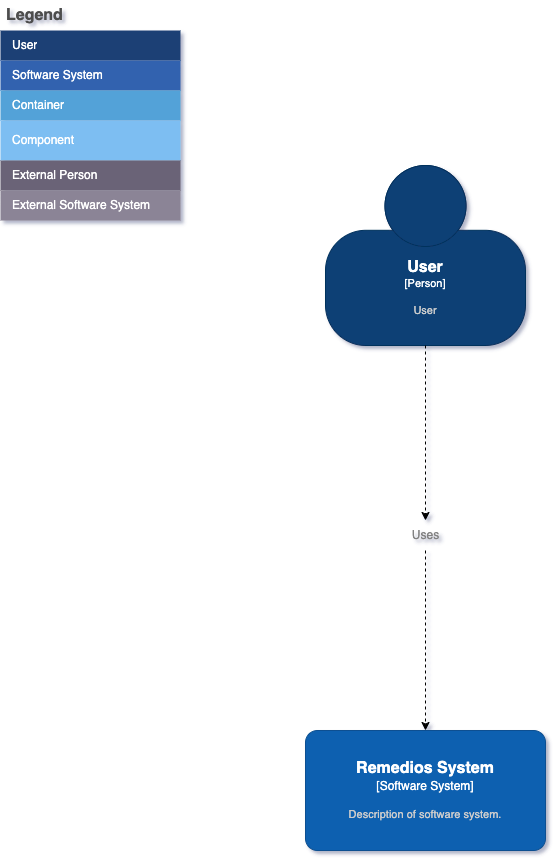
Before: docs/Arquitetura/assets/level-1.png, a diagram exported from draw.io (sprintcampus/processos). Source tidied: cells renumbered, new cells last; positions are measured from the earlier drawing's top-left corner, leaving out a move shared by most shapes. Its diagram source:
```xml
<mxGraphModel>
  <root>
    <mxCell id="0" />
    <mxCell id="1" parent="0" />
    <mxCell id="2" style="edgeStyle=orthogonalEdgeStyle;rounded=0;jettySize=auto;html=1;exitX=0.5;exitY=1;exitDx=0;exitDy=0;exitPerimeter=0;entryX=0.5;entryY=0;entryDx=0;entryDy=0;entryPerimeter=0;dashed=1;" parent="1" edge="1" source="19" target="17">
      <mxGeometry relative="1" as="geometry" />
    </mxCell>
    <mxCell id="3" value="Legend" style="shape=table;startSize=30;fontSize=16;align=left;verticalAlign=top;fillColor=none;strokeColor=none;fontColor=#4D4D4D;fontStyle=1;spacingLeft=6;spacing=0;" parent="1" vertex="1">
      <mxGeometry width="180" height="220" as="geometry" />
    </mxCell>
    <mxCell id="4" style="shape=tableRow;horizontal=0;startSize=0;swimlaneHead=0;swimlaneBody=0;strokeColor=inherit;top=0;left=0;bottom=0;right=0;fillColor=none;fontSize=12;" parent="3" vertex="1">
      <mxGeometry y="30" width="180" height="30" as="geometry" />
    </mxCell>
    <mxCell id="5" value="User" style="shape=partialRectangle;html=1;whiteSpace=wrap;strokeColor=inherit;overflow=hidden;fillColor=#1E4074;top=0;left=0;bottom=0;right=0;fontSize=12;align=left;fontColor=#FFFFFF;gradientColor=none;spacingLeft=10;spacingRight=4;" parent="4" vertex="1">
      <mxGeometry width="180" height="30" as="geometry" />
    </mxCell>
    <mxCell id="6" style="shape=tableRow;horizontal=0;startSize=0;swimlaneHead=0;swimlaneBody=0;strokeColor=inherit;top=0;left=0;bottom=0;right=0;fillColor=none;fontSize=12;" parent="3" vertex="1">
      <mxGeometry y="60" width="180" height="30" as="geometry" />
    </mxCell>
    <mxCell id="7" value="Software System" style="shape=partialRectangle;html=1;whiteSpace=wrap;strokeColor=inherit;overflow=hidden;fillColor=#3162AF;top=0;left=0;bottom=0;right=0;fontSize=12;align=left;fontColor=#FFFFFF;gradientColor=none;spacingLeft=10;spacingRight=4;" parent="6" vertex="1">
      <mxGeometry width="180" height="30" as="geometry" />
    </mxCell>
    <mxCell id="8" style="shape=tableRow;horizontal=0;startSize=0;swimlaneHead=0;swimlaneBody=0;strokeColor=inherit;top=0;left=0;bottom=0;right=0;fillColor=none;fontSize=12;" parent="3" vertex="1">
      <mxGeometry y="90" width="180" height="30" as="geometry" />
    </mxCell>
    <mxCell id="9" value="Container" style="shape=partialRectangle;html=1;whiteSpace=wrap;strokeColor=inherit;overflow=hidden;fillColor=#52a2d8;top=0;left=0;bottom=0;right=0;fontSize=12;align=left;fontColor=#FFFFFF;gradientColor=none;spacingLeft=10;spacingRight=4;" parent="8" vertex="1">
      <mxGeometry width="180" height="30" as="geometry" />
    </mxCell>
    <mxCell id="10" style="shape=tableRow;horizontal=0;startSize=0;swimlaneHead=0;swimlaneBody=0;strokeColor=inherit;top=0;left=0;bottom=0;right=0;fillColor=none;fontSize=12;" parent="3" vertex="1">
      <mxGeometry y="120" width="180" height="40" as="geometry" />
    </mxCell>
    <mxCell id="11" value="Component" style="shape=partialRectangle;html=1;whiteSpace=wrap;strokeColor=inherit;overflow=hidden;fillColor=#7dbef2;top=0;left=0;bottom=0;right=0;fontSize=12;align=left;fontColor=#FFFFFF;gradientColor=none;spacingLeft=10;spacingRight=4;" parent="10" vertex="1">
      <mxGeometry width="180" height="40" as="geometry" />
    </mxCell>
    <mxCell id="12" style="shape=tableRow;horizontal=0;startSize=0;swimlaneHead=0;swimlaneBody=0;strokeColor=inherit;top=0;left=0;bottom=0;right=0;fillColor=none;fontSize=12;" parent="3" vertex="1">
      <mxGeometry y="160" width="180" height="30" as="geometry" />
    </mxCell>
    <mxCell id="13" value="External Person" style="shape=partialRectangle;html=1;whiteSpace=wrap;strokeColor=inherit;overflow=hidden;fillColor=#6b6477;top=0;left=0;bottom=0;right=0;fontSize=12;align=left;fontColor=#FFFFFF;gradientColor=none;spacingLeft=10;spacingRight=4;" parent="12" vertex="1">
      <mxGeometry width="180" height="30" as="geometry" />
    </mxCell>
    <mxCell id="14" style="shape=tableRow;horizontal=0;startSize=0;swimlaneHead=0;swimlaneBody=0;strokeColor=inherit;top=0;left=0;bottom=0;right=0;fillColor=none;fontSize=12;" parent="3" vertex="1">
      <mxGeometry y="190" width="180" height="30" as="geometry" />
    </mxCell>
    <mxCell id="15" value="External Software System" style="shape=partialRectangle;html=1;whiteSpace=wrap;strokeColor=inherit;overflow=hidden;fillColor=#8b8496;top=0;left=0;bottom=0;right=0;fontSize=12;align=left;fontColor=#FFFFFF;gradientColor=none;spacingLeft=10;spacingRight=4;" parent="14" vertex="1">
      <mxGeometry width="180" height="30" as="geometry" />
    </mxCell>
    <object id="16" label="&lt;font style=&quot;font-size: 16px&quot;&gt;&lt;b&gt;%c4Name%&lt;/b&gt;&lt;/font&gt;&lt;div&gt;[%c4Type%]&lt;/div&gt;&lt;br&gt;&lt;div&gt;&lt;font style=&quot;font-size: 11px&quot;&gt;&lt;font color=&quot;#cccccc&quot;&gt;%c4Description%&lt;/font&gt;&lt;/div&gt;" c4Description="User" c4Name="User" c4Type="Person" placeholders="1">
      <mxCell style="html=1;fontSize=11;dashed=0;whiteSpace=wrap;fillColor=#083F75;strokeColor=#06315C;fontColor=#ffffff;shape=mxgraph.c4.person2;align=center;points=[[0.5,0,0],[1,0.5,0],[1,0.75,0],[0.75,1,0],[0.5,1,0],[0.25,1,0],[0,0.75,0],[0,0.5,0]];" parent="1" vertex="1">
        <mxGeometry x="325" y="165" width="200" height="180" as="geometry" />
      </mxCell>
    </object>
    <object id="17" label="&lt;font style=&quot;font-size: 16px&quot;&gt;&lt;b&gt;%c4Name%&lt;/b&gt;&lt;/font&gt;&lt;div&gt;[%c4Type%]&lt;/div&gt;&lt;br&gt;&lt;div&gt;&lt;font style=&quot;font-size: 11px&quot;&gt;&lt;font color=&quot;#cccccc&quot;&gt;%c4Description%&lt;/font&gt;&lt;/div&gt;" c4Description="Description of software system." c4Name="Remedios System" c4Type="Software System" placeholders="1">
      <mxCell style="rounded=1;whiteSpace=wrap;html=1;labelBackgroundColor=none;fillColor=#1061B0;fontColor=#ffffff;align=center;arcSize=10;strokeColor=#0D5091;points=[[0.25,0,0],[0.5,0,0],[0.75,0,0],[1,0.25,0],[1,0.5,0],[1,0.75,0],[0.75,1,0],[0.5,1,0],[0.25,1,0],[0,0.75,0],[0,0.5,0],[0,0.25,0]];" parent="1" vertex="1">
        <mxGeometry x="305" y="730" width="240" height="120" as="geometry" />
      </mxCell>
    </object>
    <mxCell id="18" style="edgeStyle=orthogonalEdgeStyle;rounded=0;jettySize=auto;html=1;exitX=0.5;exitY=1;exitDx=0;exitDy=0;exitPerimeter=0;entryX=0.5;entryY=0;entryDx=0;entryDy=0;entryPerimeter=0;dashed=1;" parent="1" edge="1" source="16" target="19">
      <mxGeometry relative="1" as="geometry" />
    </mxCell>
    <mxCell id="19" value="Uses" style="text;html=1;align=center;verticalAlign=middle;points=[];strokeColor=none;fillColor=none;fontColor=#828282;" parent="1" vertex="1">
      <mxGeometry x="400" y="520" width="50" height="30" as="geometry" />
    </mxCell>
  </root>
</mxGraphModel>
```
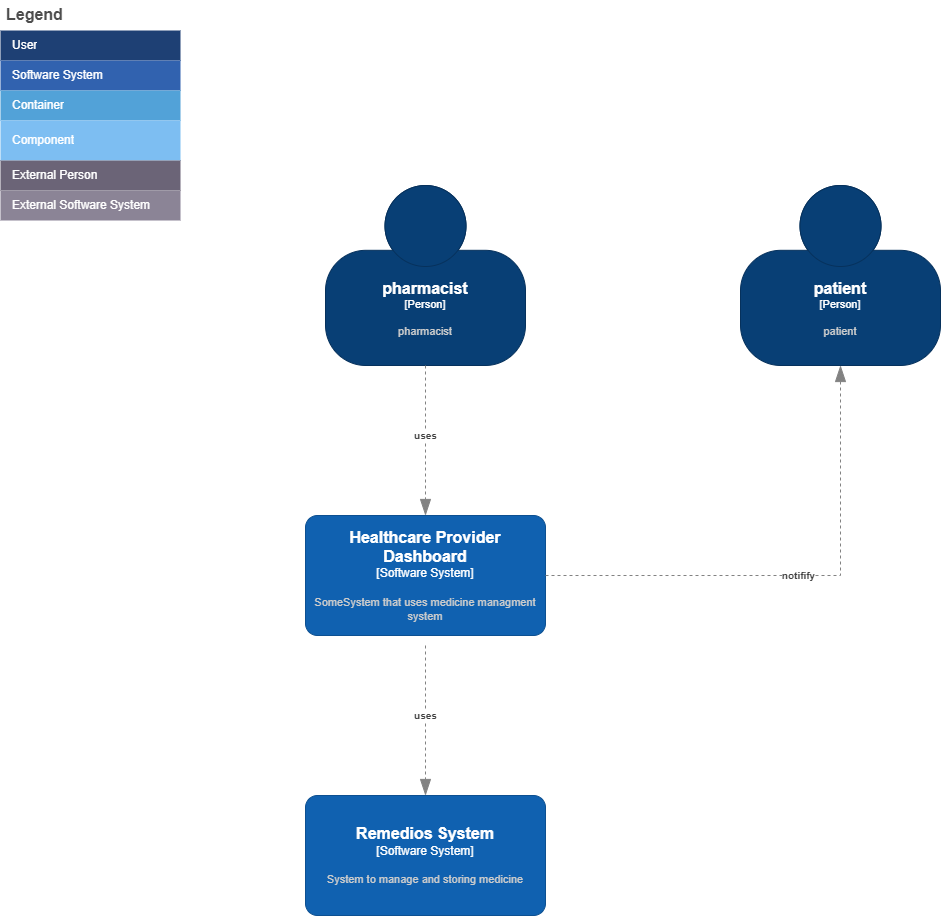
Later version of the same file.

Change to the diagram source:
```diff
@@ -2,11 +2,8 @@
   <root>
     <mxCell id="0" />
     <mxCell id="1" parent="0" />
-    <mxCell id="2" style="edgeStyle=orthogonalEdgeStyle;rounded=0;jettySize=auto;html=1;exitX=0.5;exitY=1;exitDx=0;exitDy=0;exitPerimeter=0;entryX=0.5;entryY=0;entryDx=0;entryDy=0;entryPerimeter=0;dashed=1;" parent="1" edge="1" source="19" target="17">
-      <mxGeometry relative="1" as="geometry" />
-    </mxCell>
     <mxCell id="3" value="Legend" style="shape=table;startSize=30;fontSize=16;align=left;verticalAlign=top;fillColor=none;strokeColor=none;fontColor=#4D4D4D;fontStyle=1;spacingLeft=6;spacing=0;" parent="1" vertex="1">
-      <mxGeometry width="180" height="220" as="geometry" />
+      <mxGeometry x="850" width="180" height="220" as="geometry" />
     </mxCell>
     <mxCell id="4" style="shape=tableRow;horizontal=0;startSize=0;swimlaneHead=0;swimlaneBody=0;strokeColor=inherit;top=0;left=0;bottom=0;right=0;fillColor=none;fontSize=12;" parent="3" vertex="1">
       <mxGeometry y="30" width="180" height="30" as="geometry" />
@@ -44,21 +41,43 @@
     <mxCell id="15" value="External Software System" style="shape=partialRectangle;html=1;whiteSpace=wrap;strokeColor=inherit;overflow=hidden;fillColor=#8b8496;top=0;left=0;bottom=0;right=0;fontSize=12;align=left;fontColor=#FFFFFF;gradientColor=none;spacingLeft=10;spacingRight=4;" parent="14" vertex="1">
       <mxGeometry width="180" height="30" as="geometry" />
     </mxCell>
-    <object id="16" label="&lt;font style=&quot;font-size: 16px&quot;&gt;&lt;b&gt;%c4Name%&lt;/b&gt;&lt;/font&gt;&lt;div&gt;[%c4Type%]&lt;/div&gt;&lt;br&gt;&lt;div&gt;&lt;font style=&quot;font-size: 11px&quot;&gt;&lt;font color=&quot;#cccccc&quot;&gt;%c4Description%&lt;/font&gt;&lt;/div&gt;" c4Description="User" c4Name="User" c4Type="Person" placeholders="1">
+    <object id="16" label="&lt;font style=&quot;font-size: 16px&quot;&gt;&lt;b&gt;%c4Name%&lt;/b&gt;&lt;/font&gt;&lt;div&gt;[%c4Type%]&lt;/div&gt;&lt;br&gt;&lt;div&gt;&lt;font style=&quot;font-size: 11px&quot;&gt;&lt;font color=&quot;#cccccc&quot;&gt;%c4Description%&lt;/font&gt;&lt;/div&gt;" c4Description="pharmacist" c4Name="pharmacist" c4Type="Person" placeholders="1">
       <mxCell style="html=1;fontSize=11;dashed=0;whiteSpace=wrap;fillColor=#083F75;strokeColor=#06315C;fontColor=#ffffff;shape=mxgraph.c4.person2;align=center;points=[[0.5,0,0],[1,0.5,0],[1,0.75,0],[0.75,1,0],[0.5,1,0],[0.25,1,0],[0,0.75,0],[0,0.5,0]];" parent="1" vertex="1">
-        <mxGeometry x="325" y="165" width="200" height="180" as="geometry" />
+        <mxGeometry x="1175" y="185" width="200" height="180" as="geometry" />
       </mxCell>
     </object>
-    <object id="17" label="&lt;font style=&quot;font-size: 16px&quot;&gt;&lt;b&gt;%c4Name%&lt;/b&gt;&lt;/font&gt;&lt;div&gt;[%c4Type%]&lt;/div&gt;&lt;br&gt;&lt;div&gt;&lt;font style=&quot;font-size: 11px&quot;&gt;&lt;font color=&quot;#cccccc&quot;&gt;%c4Description%&lt;/font&gt;&lt;/div&gt;" c4Description="Description of software system." c4Name="Remedios System" c4Type="Software System" placeholders="1">
+    <object id="17" label="&lt;font style=&quot;font-size: 16px&quot;&gt;&lt;b&gt;%c4Name%&lt;/b&gt;&lt;/font&gt;&lt;div&gt;[%c4Type%]&lt;/div&gt;&lt;br&gt;&lt;div&gt;&lt;font style=&quot;font-size: 11px&quot;&gt;&lt;font color=&quot;#cccccc&quot;&gt;%c4Description%&lt;/font&gt;&lt;/div&gt;" c4Description="System to manage and storing medicine" c4Name="Remedios System" c4Type="Software System" placeholders="1">
       <mxCell style="rounded=1;whiteSpace=wrap;html=1;labelBackgroundColor=none;fillColor=#1061B0;fontColor=#ffffff;align=center;arcSize=10;strokeColor=#0D5091;points=[[0.25,0,0],[0.5,0,0],[0.75,0,0],[1,0.25,0],[1,0.5,0],[1,0.75,0],[0.75,1,0],[0.5,1,0],[0.25,1,0],[0,0.75,0],[0,0.5,0],[0,0.25,0]];" parent="1" vertex="1">
-        <mxGeometry x="305" y="730" width="240" height="120" as="geometry" />
+        <mxGeometry x="1155" y="795" width="240" height="120" as="geometry" />
       </mxCell>
     </object>
-    <mxCell id="18" style="edgeStyle=orthogonalEdgeStyle;rounded=0;jettySize=auto;html=1;exitX=0.5;exitY=1;exitDx=0;exitDy=0;exitPerimeter=0;entryX=0.5;entryY=0;entryDx=0;entryDy=0;entryPerimeter=0;dashed=1;" parent="1" edge="1" source="16" target="19">
-      <mxGeometry relative="1" as="geometry" />
-    </mxCell>
-    <mxCell id="19" value="Uses" style="text;html=1;align=center;verticalAlign=middle;points=[];strokeColor=none;fillColor=none;fontColor=#828282;" parent="1" vertex="1">
-      <mxGeometry x="400" y="520" width="50" height="30" as="geometry" />
-    </mxCell>
+    <object id="20" label="&lt;font style=&quot;font-size: 16px&quot;&gt;&lt;b&gt;%c4Name%&lt;/b&gt;&lt;/font&gt;&lt;div&gt;[%c4Type%]&lt;/div&gt;&lt;br&gt;&lt;div&gt;&lt;font style=&quot;font-size: 11px&quot;&gt;&lt;font color=&quot;#cccccc&quot;&gt;%c4Description%&lt;/font&gt;&lt;/div&gt;" c4Description="SomeSystem that uses medicine managment system" c4Name="Healthcare Provider Dashboard" c4Type="Software System" placeholders="1">
+      <mxCell style="rounded=1;whiteSpace=wrap;html=1;labelBackgroundColor=none;fillColor=#1061B0;fontColor=#ffffff;align=center;arcSize=10;strokeColor=#0D5091;points=[[0.25,0,0],[0.5,0,0],[0.75,0,0],[1,0.25,0],[1,0.5,0],[1,0.75,0],[0.75,1,0],[0.5,1,0],[0.25,1,0],[0,0.75,0],[0,0.5,0],[0,0.25,0]];" parent="1" vertex="1">
+        <mxGeometry x="1155" y="515" width="240" height="120" as="geometry" />
+      </mxCell>
+    </object>
+    <object id="21" label="&lt;div style=&quot;text-align: left&quot;&gt;&lt;div style=&quot;text-align: center&quot;&gt;&lt;b&gt;%c4Description%&lt;/b&gt;&lt;/div&gt;" c4Description="uses" c4Type="Relationship" placeholders="1">
+      <mxCell style="endArrow=blockThin;html=1;fontSize=10;fontColor=#404040;strokeWidth=1;endFill=1;strokeColor=#828282;elbow=vertical;endSize=14;startSize=14;jumpStyle=arc;jumpSize=16;rounded=0;edgeStyle=orthogonalEdgeStyle;exitX=0.5;exitY=1;exitDx=0;exitDy=0;exitPerimeter=0;dashed=1;" parent="1" edge="1" source="16" target="20">
+        <mxGeometry x="-0.07" relative="1" as="geometry" />
+      </mxCell>
+    </object>
+    <object id="22" label="&lt;div style=&quot;text-align: left&quot;&gt;&lt;div style=&quot;text-align: center&quot;&gt;&lt;b&gt;%c4Description%&lt;/b&gt;&lt;/div&gt;" c4Description="uses" c4Type="Relationship" placeholders="1">
+      <mxCell style="endArrow=blockThin;html=1;fontSize=10;fontColor=#404040;strokeWidth=1;endFill=1;strokeColor=#828282;elbow=vertical;endSize=14;startSize=14;jumpStyle=arc;jumpSize=16;rounded=0;edgeStyle=orthogonalEdgeStyle;exitX=0.5;exitY=1;exitDx=0;exitDy=0;exitPerimeter=0;dashed=1;" parent="1" edge="1">
+        <mxGeometry x="-0.07" relative="1" as="geometry">
+          <mxPoint x="1275" y="645" as="sourcePoint" />
+          <mxPoint x="1275" y="795" as="targetPoint" />
+        </mxGeometry>
+      </mxCell>
+    </object>
+    <object id="23" label="&lt;font style=&quot;font-size: 16px&quot;&gt;&lt;b&gt;%c4Name%&lt;/b&gt;&lt;/font&gt;&lt;div&gt;[%c4Type%]&lt;/div&gt;&lt;br&gt;&lt;div&gt;&lt;font style=&quot;font-size: 11px&quot;&gt;&lt;font color=&quot;#cccccc&quot;&gt;%c4Description%&lt;/font&gt;&lt;/div&gt;" c4Description="patient" c4Name="patient" c4Type="Person" placeholders="1">
+      <mxCell style="html=1;fontSize=11;dashed=0;whiteSpace=wrap;fillColor=#083F75;strokeColor=#06315C;fontColor=#ffffff;shape=mxgraph.c4.person2;align=center;points=[[0.5,0,0],[1,0.5,0],[1,0.75,0],[0.75,1,0],[0.5,1,0],[0.25,1,0],[0,0.75,0],[0,0.5,0]];" parent="1" vertex="1">
+        <mxGeometry x="1590" y="185" width="200" height="180" as="geometry" />
+      </mxCell>
+    </object>
+    <object id="24" label="&lt;div style=&quot;text-align: left&quot;&gt;&lt;div style=&quot;text-align: center&quot;&gt;&lt;b&gt;%c4Description%&lt;/b&gt;&lt;/div&gt;" c4Description="notifify" c4Type="Relationship" placeholders="1">
+      <mxCell style="endArrow=blockThin;html=1;fontSize=10;fontColor=#404040;strokeWidth=1;endFill=1;strokeColor=#828282;elbow=vertical;endSize=14;startSize=14;jumpStyle=arc;jumpSize=16;rounded=0;edgeStyle=orthogonalEdgeStyle;exitX=1;exitY=0.5;exitDx=0;exitDy=0;exitPerimeter=0;entryX=0.5;entryY=1;entryDx=0;entryDy=0;entryPerimeter=0;dashed=1;" parent="1" edge="1" source="20" target="23">
+        <mxGeometry relative="1" as="geometry" />
+      </mxCell>
+    </object>
   </root>
 </mxGraphModel>
```
